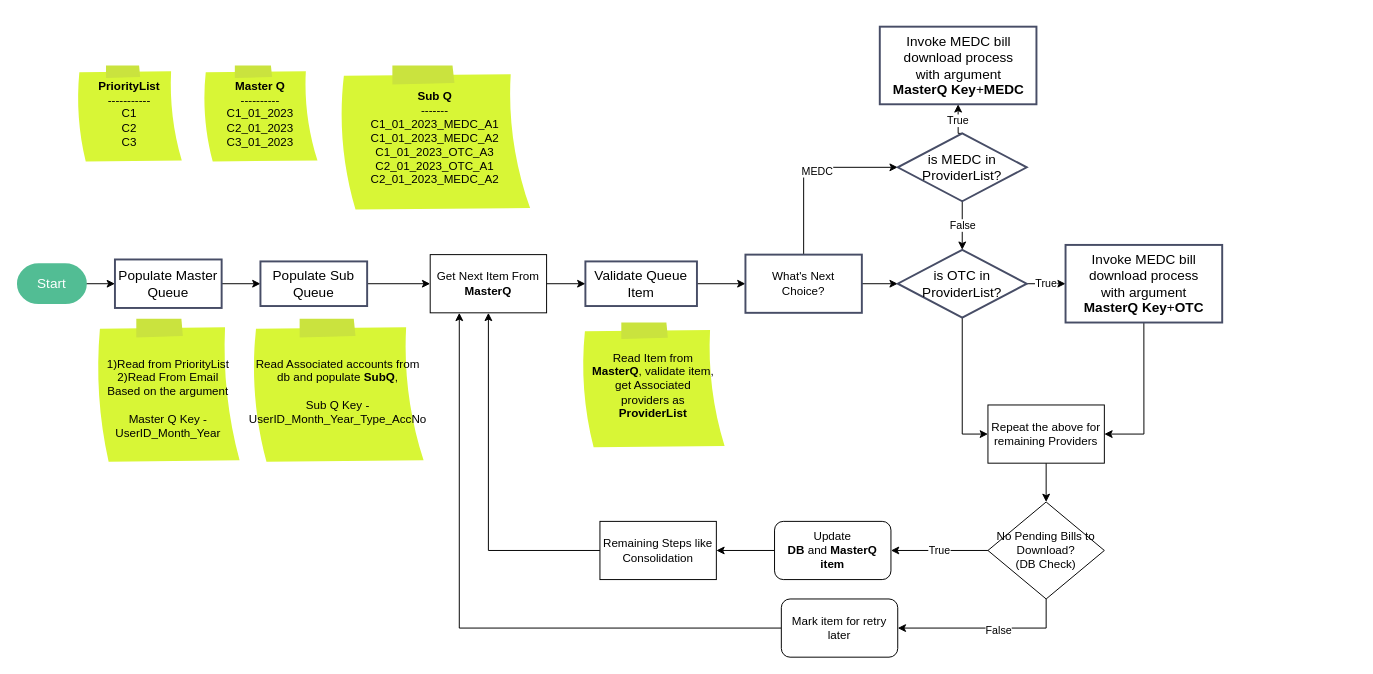
This is OIFC_BAP.drawio from shanvpz/BluePrism, a draw.io file, before an edit. Source tidied: cells renumbered, new cells numbered last; positions are measured from the earlier drawing's top-left corner, leaving out a move shared by most shapes. Both pictures are drawn from the tidied source at 97%, with x=0, y=0 at pixel (17, 26).
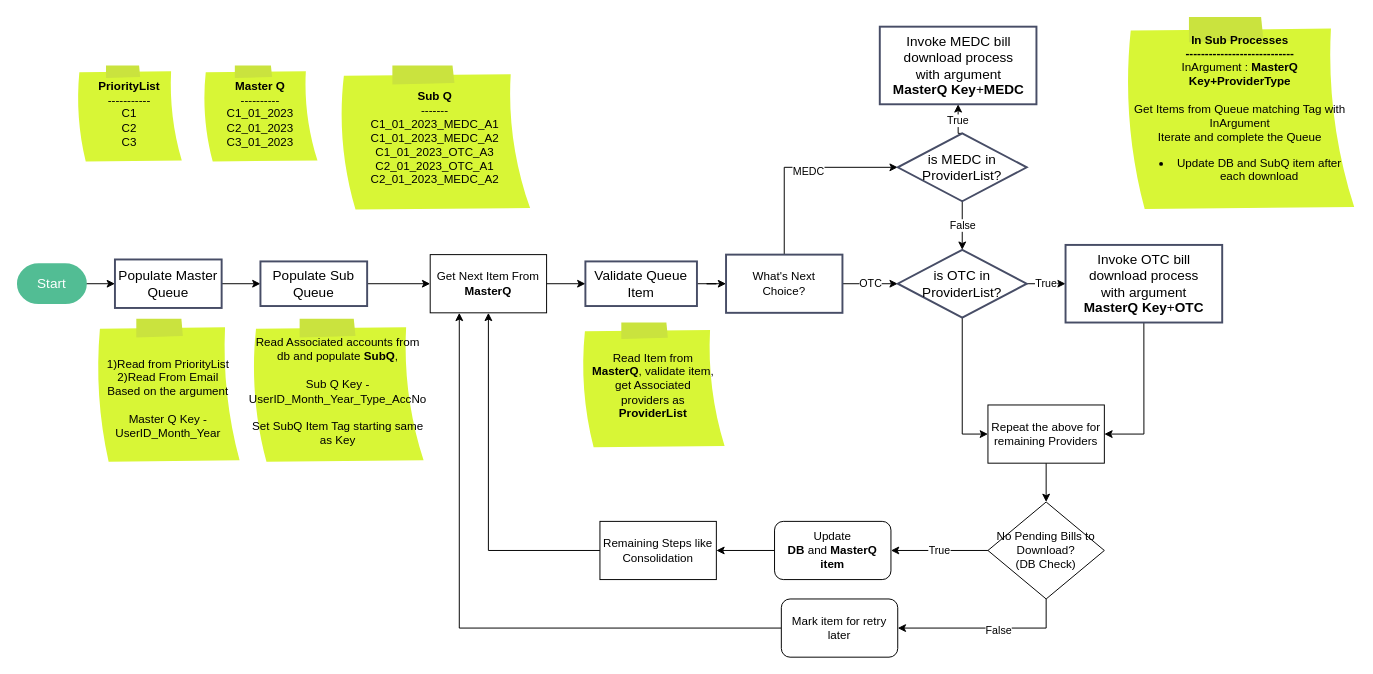
After the change.

Unchanged cells that the change refers to:
```xml
<mxCell id="26" value="is OTC in ProviderList?" style="fontSize=14;spacingLeft=10;spacingRight=10;zwfType=basicShape;strokeWidth=2;rhombus;whiteSpace=wrap;html=1;strokeColor=#474D66;" parent="1" vertex="1">
  <mxGeometry x="907" y="230" width="133" height="70" as="geometry" />
</mxCell>
```

What changed in the source:
```diff
@@
-    <mxCell id="12" value="Read Associated accounts from db and populate &lt;b&gt;SubQ&lt;/b&gt;,&lt;br&gt;&amp;nbsp;&lt;br&gt;Sub Q Key -&lt;br&gt;UserID_Month_Year_Type_AccNo" style="spacingLeft=10;spacingRight=10;shape=mxgraph.mockup.text.stickyNote2;zwfType=stickyShape;strokeWidth=0;strokeColor=#CAE33E;fillColor=#D8F636;whiteSpace=wrap;html=1;" parent="1" vertex="1">
+    <mxCell id="12" value="Read Associated accounts from db and populate &lt;b&gt;SubQ&lt;/b&gt;,&lt;br&gt;&amp;nbsp;&lt;br&gt;Sub Q Key -&lt;br&gt;UserID_Month_Year_Type_AccNo&lt;br&gt;&lt;br&gt;Set SubQ Item Tag starting same as Key" style="spacingLeft=10;spacingRight=10;shape=mxgraph.mockup.text.stickyNote2;zwfType=stickyShape;strokeWidth=0;strokeColor=#CAE33E;fillColor=#D8F636;whiteSpace=wrap;html=1;" parent="1" vertex="1">
       <mxGeometry x="240" y="301" width="180" height="149" as="geometry" />
     </mxCell>
@@
-    <mxCell id="18" style="edgeStyle=orthogonalEdgeStyle;rounded=0;jettySize=auto;html=1;exitX=1;exitY=0.5;exitDx=0;exitDy=0;entryX=0;entryY=0.5;entryDx=0;entryDy=0;" parent="1" edge="1" source="19" target="26">
+    <mxCell id="18" value="OTC" style="edgeStyle=orthogonalEdgeStyle;rounded=0;jettySize=auto;html=1;exitX=1;exitY=0.5;exitDx=0;exitDy=0;entryX=0;entryY=0.5;entryDx=0;entryDy=0;" parent="1" edge="1" source="19" target="26">
       <mxGeometry relative="1" as="geometry" />
     </mxCell>
     <mxCell id="19" value="What's Next&lt;br&gt;Choice?" style="zwfType=basicShape;rounded=0;strokeWidth=2;strokeColor=#474D66;whiteSpace=wrap;html=1;" parent="1" vertex="1">
-      <mxGeometry x="750" y="235" width="120" height="60" as="geometry" />
+      <mxGeometry x="730" y="235" width="120" height="60" as="geometry" />
     </mxCell>
@@
-    <mxCell id="28" value="Invoke MEDC bill download process with argument &lt;b&gt;MasterQ Key&lt;/b&gt;+&lt;b&gt;OTC&lt;/b&gt;" style="fontSize=14;spacingLeft=10;spacingRight=10;zwfType=basicShape;rounded=0;strokeWidth=2;strokeColor=#474D66;whiteSpace=wrap;html=1;" parent="1" vertex="1">
+    <mxCell id="28" value="Invoke OTC bill download process with argument &lt;b&gt;MasterQ Key&lt;/b&gt;+&lt;b&gt;OTC&lt;/b&gt;" style="fontSize=14;spacingLeft=10;spacingRight=10;zwfType=basicShape;rounded=0;strokeWidth=2;strokeColor=#474D66;whiteSpace=wrap;html=1;" parent="1" vertex="1">
       <mxGeometry x="1080" y="225" width="161.5" height="80" as="geometry" />
     </mxCell>
@@
+    <mxCell id="43" value="&lt;b&gt;In Sub Processes&lt;/b&gt;&lt;br&gt;&lt;b&gt;----------------------------&lt;/b&gt;&lt;br&gt;InArgument : &lt;b&gt;MasterQ Key+ProviderType&lt;/b&gt;&lt;br&gt;&lt;br&gt;Get Items from Queue matching Tag with InArgument&lt;br&gt;Iterate and complete the Queue&lt;br&gt;&lt;ul&gt;&lt;li&gt;Update DB and SubQ item after each download&lt;/li&gt;&lt;/ul&gt;" style="spacingLeft=10;spacingRight=10;shape=mxgraph.mockup.text.stickyNote2;zwfType=stickyShape;strokeWidth=0;strokeColor=#CAE33E;fillColor=#D8F636;whiteSpace=wrap;html=1;" parent="1" vertex="1">
+      <mxGeometry x="1140" y="-10" width="240" height="200" as="geometry" />
+    </mxCell>
```
